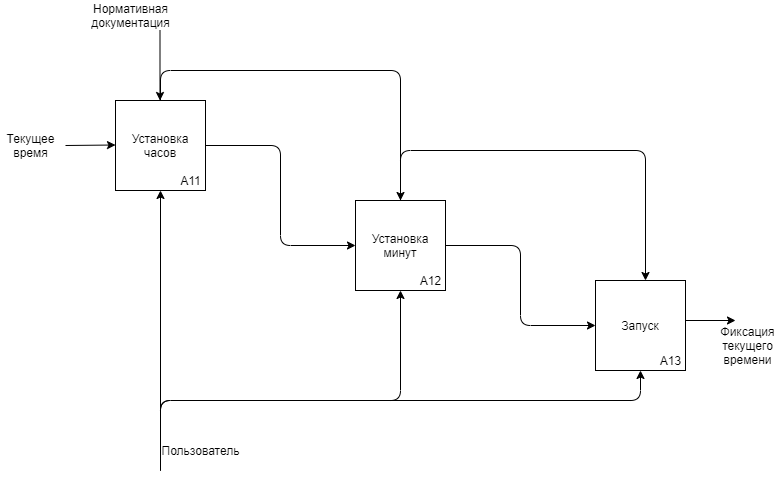
This is IDEF0_3.png from krimberg/Alarm-clock, a draw.io export, as it was before one commit. Source tidied: cells renumbered, new cells last; positions are measured from the earlier drawing's top-left corner, leaving out a move shared by most shapes.
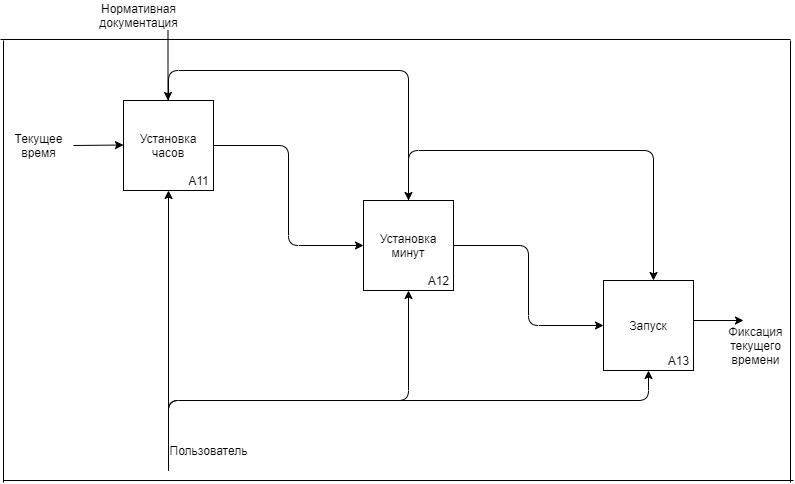
The same file after the commit.

The edit, as a diff of the source:
```diff
@@ -96,5 +96,29 @@
     <mxCell id="21" value="Пользователь&lt;br&gt;" style="text;html=1;align=center;verticalAlign=middle;" parent="1" vertex="1">
       <mxGeometry x="155" y="440" width="90" height="20" as="geometry" />
     </mxCell>
+    <mxCell id="22" style="endArrow=none;html=1;" parent="1" edge="1">
+      <mxGeometry relative="1" as="geometry">
+        <mxPoint x="-5" y="480" as="sourcePoint" />
+        <mxPoint x="785" y="480" as="targetPoint" />
+      </mxGeometry>
+    </mxCell>
+    <mxCell id="23" style="endArrow=none;html=1;" parent="1" edge="1">
+      <mxGeometry relative="1" as="geometry">
+        <mxPoint x="-8" y="39" as="sourcePoint" />
+        <mxPoint x="782" y="39" as="targetPoint" />
+      </mxGeometry>
+    </mxCell>
+    <mxCell id="24" style="endArrow=none;html=1;" parent="1" edge="1">
+      <mxGeometry relative="1" as="geometry">
+        <mxPoint x="-5" y="40" as="sourcePoint" />
+        <mxPoint x="-5" y="482" as="targetPoint" />
+      </mxGeometry>
+    </mxCell>
+    <mxCell id="25" style="endArrow=none;html=1;" parent="1" edge="1">
+      <mxGeometry relative="1" as="geometry">
+        <mxPoint x="782" y="40" as="sourcePoint" />
+        <mxPoint x="782" y="482" as="targetPoint" />
+      </mxGeometry>
+    </mxCell>
   </root>
 </mxGraphModel>
```
